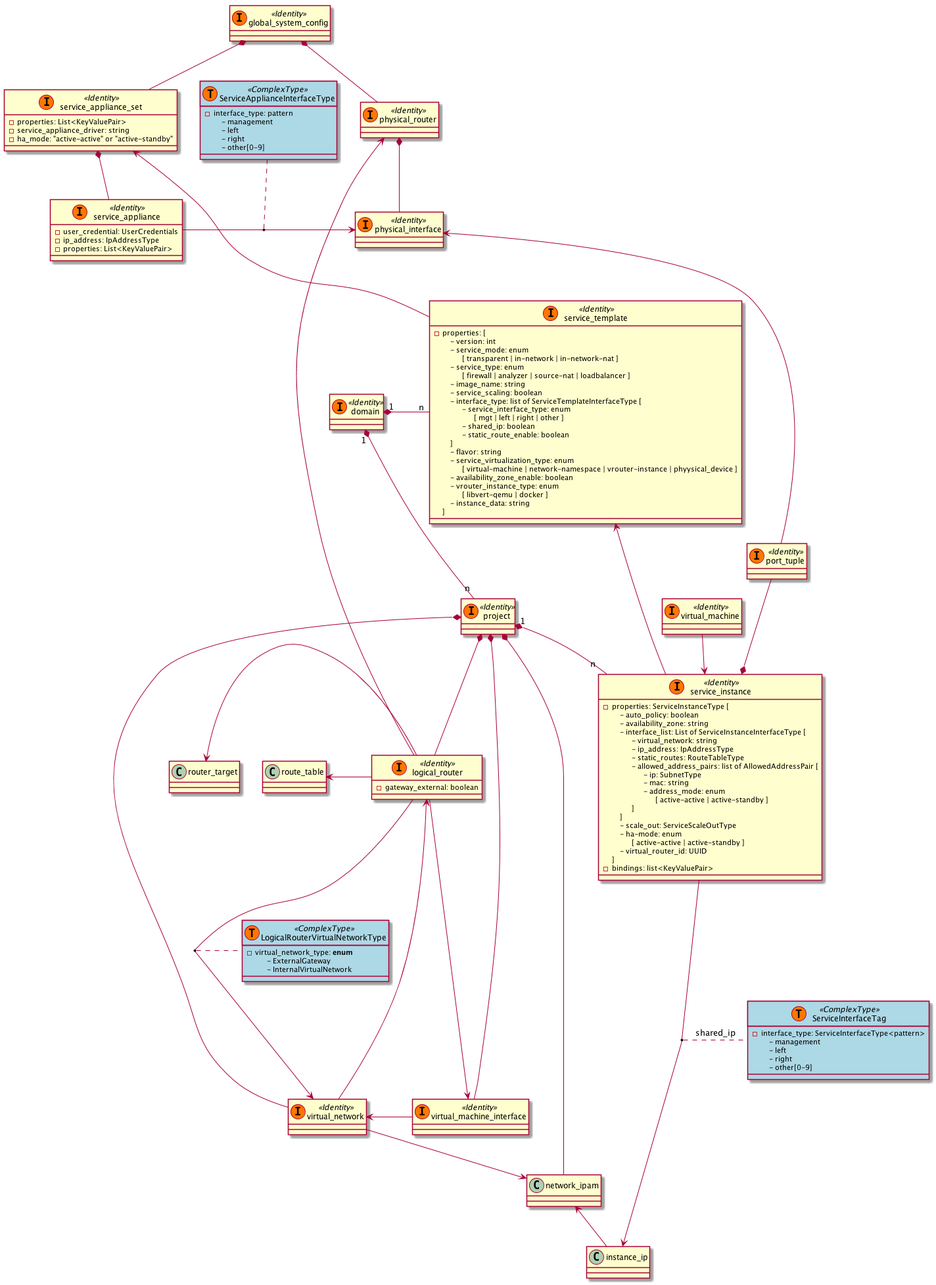
jnpr-tjiang/cfm-data-model keeps this PlantUML diagram as 5.1-data-model/images/service-chain.png. Above is the earlier version.
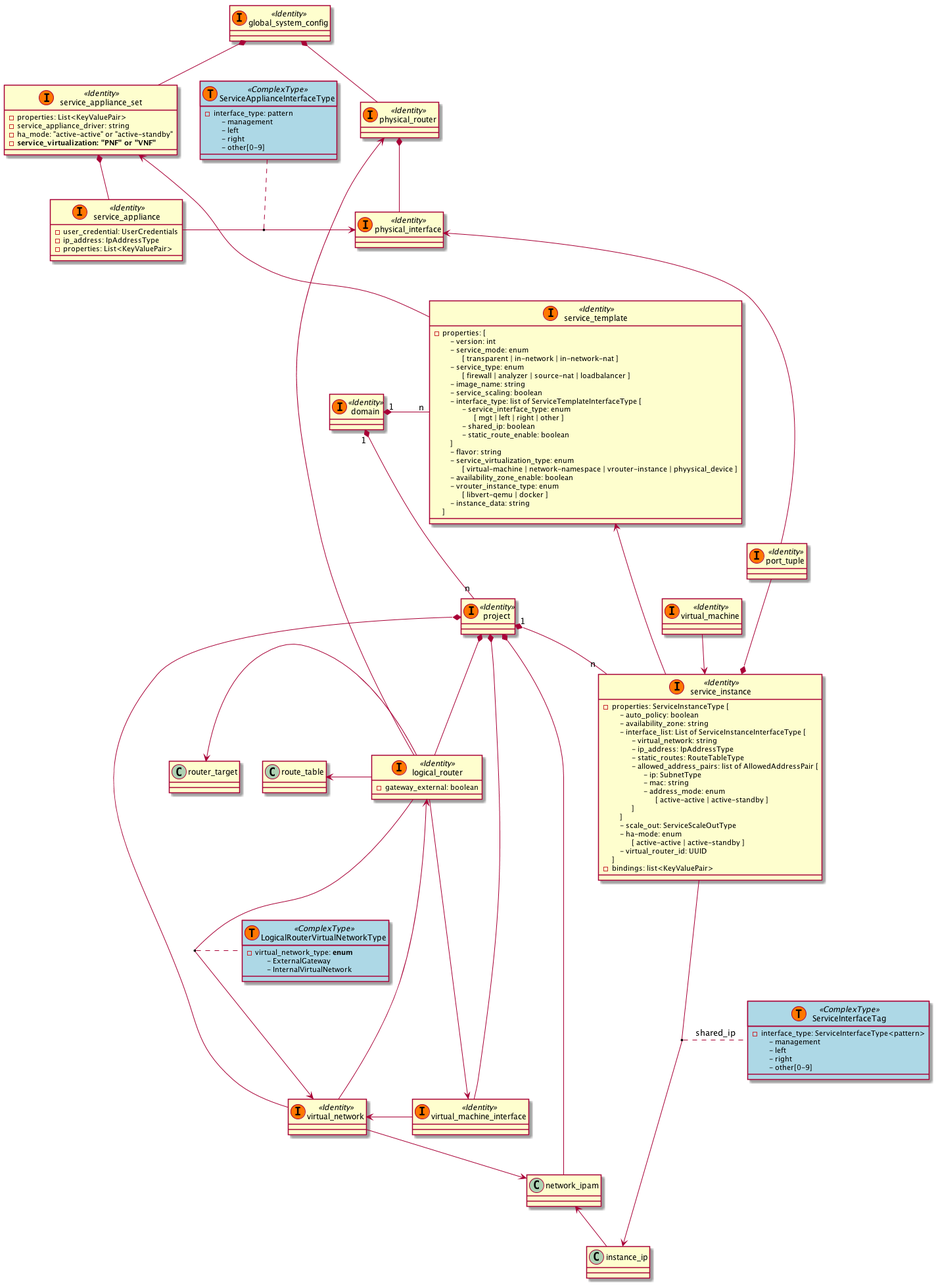
The same diagram one commit later.

What changed in the source:
```diff
@@ -62,6 +62,7 @@
   - properties: List<KeyValuePair>
   - service_appliance_driver: string
   - ha_mode: "active-active" or "active-standby"
+  - <b>service_virtualization: "PNF" or "VNF"
 }
 
 class service_appliance << (I, #FF7700) Identity>> {
```
